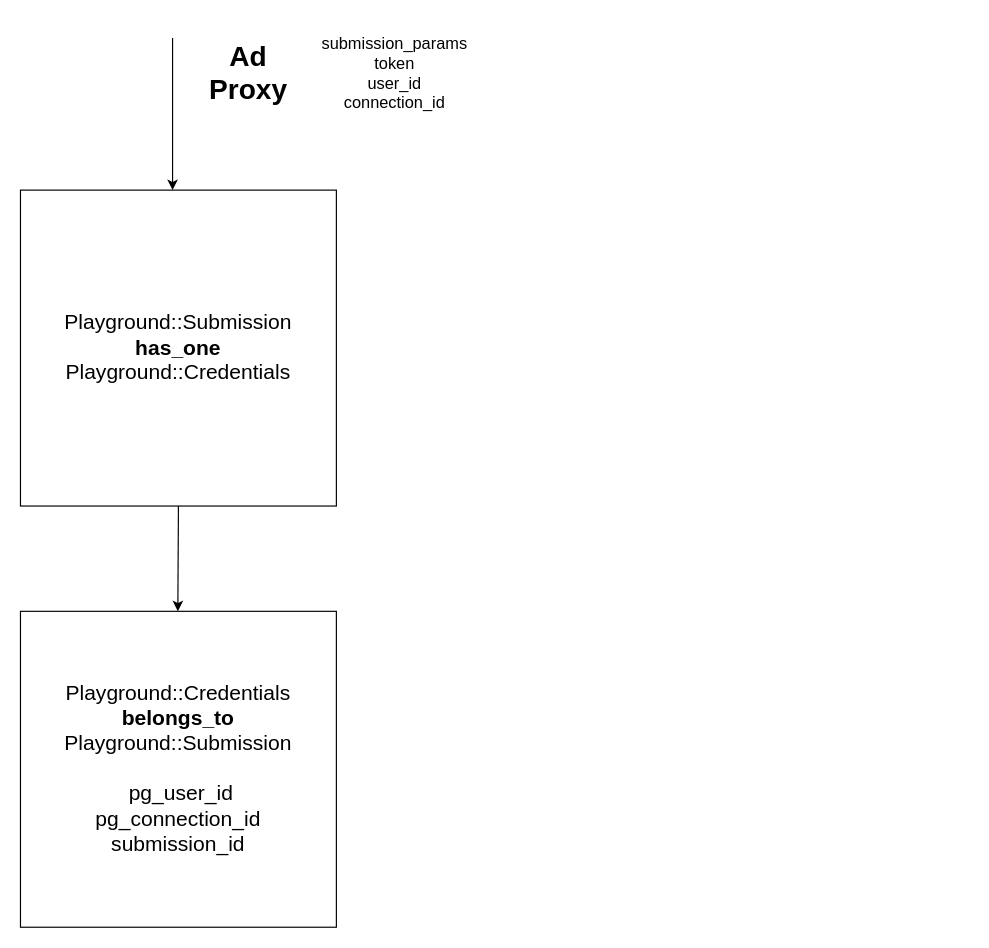
Before: Untitled Diagram.drawio in DearGrenadier/emoji-chat, a draw.io diagram. Source tidied: cells renumbered, new cells numbered last; positions are measured from the earlier drawing's top-left corner, leaving out a move shared by most shapes. Both pictures are drawn from the tidied source at 117%, with x=0, y=0 at pixel (20, 37).
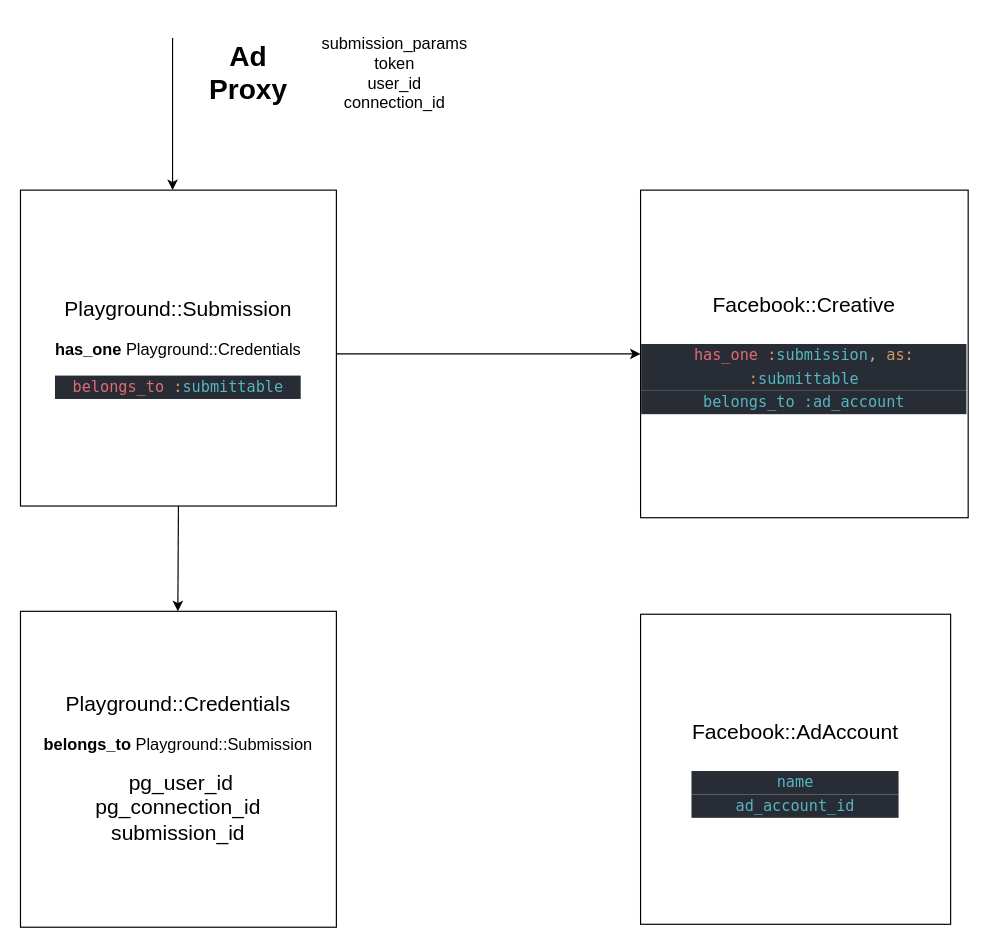
Above is the later version.

What changed in the source:
```diff
@@
 <mxGraphModel>
   <root>
     <mxCell id="0" />
     <mxCell id="1" parent="0" />
     <mxCell id="2" style="curved=1;endArrow=classic;html=1;" parent="1" edge="1">
       <mxGeometry relative="1" as="geometry">
         <mxPoint x="130" as="sourcePoint" />
         <mxPoint x="130" y="130" as="targetPoint" />
         <Array as="points">
           <mxPoint x="130" y="60" />
         </Array>
       </mxGeometry>
     </mxCell>
     <mxCell id="3" value="&lt;h1&gt;Ad Proxy&lt;/h1&gt;" style="text;html=1;strokeColor=none;fillColor=none;align=center;verticalAlign=middle;whiteSpace=wrap;rounded=0;" parent="1" vertex="1">
       <mxGeometry x="150" y="10" width="90" height="40" as="geometry" />
     </mxCell>
     <mxCell id="4" value="&lt;font style=&quot;font-size: 14px&quot;&gt;submission_params&lt;br&gt;token&lt;br&gt;user_id&lt;br&gt;connection_id&lt;/font&gt;" style="text;html=1;strokeColor=none;fillColor=none;align=center;verticalAlign=middle;whiteSpace=wrap;rounded=0;" parent="1" vertex="1">
       <mxGeometry x="300" y="20" width="40" height="20" as="geometry" />
     </mxCell>
-    <mxCell id="5" value="&lt;font style=&quot;font-size: 18px&quot;&gt;Playground::Submission&lt;br&gt;&lt;b&gt;has_one&lt;/b&gt;&lt;br&gt;Playground::Credentials&lt;br&gt;&lt;/font&gt;" style="whiteSpace=wrap;html=1;" parent="1" vertex="1">
+    <mxCell id="5" value="&lt;font&gt;&lt;span style=&quot;font-size: 18px&quot;&gt;Playground::Submission&lt;/span&gt;&lt;br&gt;&lt;br&gt;&lt;font style=&quot;font-size: 14px&quot;&gt;&lt;b&gt;has_one&amp;nbsp;&lt;/b&gt;Playground::Credentials&lt;br&gt;&lt;/font&gt;&lt;br&gt;&lt;div style=&quot;font-size: 13px ; color: rgb(171 , 178 , 191) ; background-color: rgb(40 , 44 , 52) ; font-family: &amp;#34;menlo&amp;#34; , &amp;#34;monaco&amp;#34; , &amp;#34;courier new&amp;#34; , monospace ; line-height: 20px&quot;&gt;&lt;span style=&quot;color: #e06c75&quot;&gt;belongs_to&lt;/span&gt; &lt;span style=&quot;color: #d19a66&quot;&gt;:&lt;/span&gt;&lt;span style=&quot;color: #56b6c2&quot;&gt;submittable&lt;/span&gt;&lt;/div&gt;&lt;/font&gt;" style="whiteSpace=wrap;html=1;" parent="1" vertex="1">
       <mxGeometry y="130" width="270" height="270" as="geometry" />
     </mxCell>
     <mxCell id="6" style="curved=1;endArrow=classic;html=1;exitX=0.5;exitY=1;exitDx=0;exitDy=0;entryX=0.5;entryY=0;entryDx=0;entryDy=0;" parent="1" edge="1" source="5" target="7">
       <mxGeometry relative="1" as="geometry">
         <Array as="points">
           <mxPoint x="134.5" y="490" />
         </Array>
       </mxGeometry>
     </mxCell>
-    <mxCell id="7" value="&lt;font style=&quot;font-size: 18px&quot;&gt;Playground::Credentials&lt;br&gt;&lt;b&gt;belongs_to&lt;/b&gt;&lt;br&gt;Playground::Submission&lt;br&gt;&lt;br&gt;&amp;nbsp;pg_user_id&lt;br&gt;pg_connection_id&lt;br&gt;submission_id&lt;br&gt;&lt;/font&gt;" style="whiteSpace=wrap;html=1;" parent="1" vertex="1">
+    <mxCell id="7" value="&lt;font&gt;&lt;span style=&quot;font-size: 18px&quot;&gt;Playground::Credentials&lt;/span&gt;&lt;br&gt;&lt;br&gt;&lt;font style=&quot;font-size: 14px&quot;&gt;&lt;b&gt;belongs_to&amp;nbsp;&lt;/b&gt;Playground::Submission&lt;br&gt;&lt;/font&gt;&lt;br&gt;&lt;span style=&quot;font-size: 18px&quot;&gt;&amp;nbsp;pg_user_id&lt;/span&gt;&lt;br&gt;&lt;span style=&quot;font-size: 18px&quot;&gt;pg_connection_id&lt;/span&gt;&lt;br&gt;&lt;span style=&quot;font-size: 18px&quot;&gt;submission_id&lt;/span&gt;&lt;br&gt;&lt;/font&gt;" style="whiteSpace=wrap;html=1;" parent="1" vertex="1">
       <mxGeometry y="490" width="270" height="270" as="geometry" />
     </mxCell>
+    <mxCell id="8" value="&lt;font style=&quot;font-size: 18px&quot;&gt;Facebook::Creative&lt;br&gt;&lt;br&gt;&lt;div style=&quot;color: rgb(171 , 178 , 191) ; background-color: rgb(40 , 44 , 52) ; font-family: &amp;#34;menlo&amp;#34; , &amp;#34;monaco&amp;#34; , &amp;#34;courier new&amp;#34; , monospace ; font-size: 13px ; line-height: 20px&quot;&gt;&lt;span style=&quot;color: #e06c75&quot;&gt;has_one&lt;/span&gt; &lt;span style=&quot;color: #d19a66&quot;&gt;:&lt;/span&gt;&lt;span style=&quot;color: #56b6c2&quot;&gt;submission&lt;/span&gt;, &lt;span style=&quot;color: #d19a66&quot;&gt;as:&lt;/span&gt; &lt;span style=&quot;color: #d19a66&quot;&gt;:&lt;/span&gt;&lt;span style=&quot;color: #56b6c2&quot;&gt;submittable&lt;/span&gt;&lt;/div&gt;&lt;div style=&quot;color: rgb(171 , 178 , 191) ; background-color: rgb(40 , 44 , 52) ; font-family: &amp;#34;menlo&amp;#34; , &amp;#34;monaco&amp;#34; , &amp;#34;courier new&amp;#34; , monospace ; font-size: 13px ; line-height: 20px&quot;&gt;&lt;span style=&quot;color: rgb(86 , 182 , 194)&quot;&gt;belongs_to :ad_account&lt;/span&gt;&lt;/div&gt;&lt;/font&gt;" style="whiteSpace=wrap;html=1;" parent="1" vertex="1">
+      <mxGeometry x="530" y="130" width="280" height="280" as="geometry" />
+    </mxCell>
+    <mxCell id="9" style="endArrow=classic;html=1;entryX=0;entryY=0.5;entryDx=0;entryDy=0;" parent="1" edge="1" target="8">
+      <mxGeometry relative="1" as="geometry">
+        <mxPoint x="270" y="270" as="sourcePoint" />
+      </mxGeometry>
+    </mxCell>
+    <mxCell id="10" value="&lt;font style=&quot;font-size: 18px&quot;&gt;Facebook::AdAccount&lt;br&gt;&lt;br&gt;&lt;div style=&quot;color: rgb(171 , 178 , 191) ; background-color: rgb(40 , 44 , 52) ; font-family: &amp;#34;menlo&amp;#34; , &amp;#34;monaco&amp;#34; , &amp;#34;courier new&amp;#34; , monospace ; font-size: 13px ; line-height: 20px&quot;&gt;&lt;span style=&quot;color: #56b6c2&quot;&gt;name&lt;/span&gt;&lt;/div&gt;&lt;div style=&quot;color: rgb(171 , 178 , 191) ; background-color: rgb(40 , 44 , 52) ; font-family: &amp;#34;menlo&amp;#34; , &amp;#34;monaco&amp;#34; , &amp;#34;courier new&amp;#34; , monospace ; font-size: 13px ; line-height: 20px&quot;&gt;&lt;div style=&quot;line-height: 20px&quot;&gt;&lt;span style=&quot;color: #56b6c2&quot;&gt;ad_account_id&lt;/span&gt;&lt;/div&gt;&lt;/div&gt;&lt;/font&gt;" style="whiteSpace=wrap;html=1;" parent="1" vertex="1">
+      <mxGeometry x="530" y="492.5" width="265" height="265" as="geometry" />
+    </mxCell>
   </root>
 </mxGraphModel>
```
